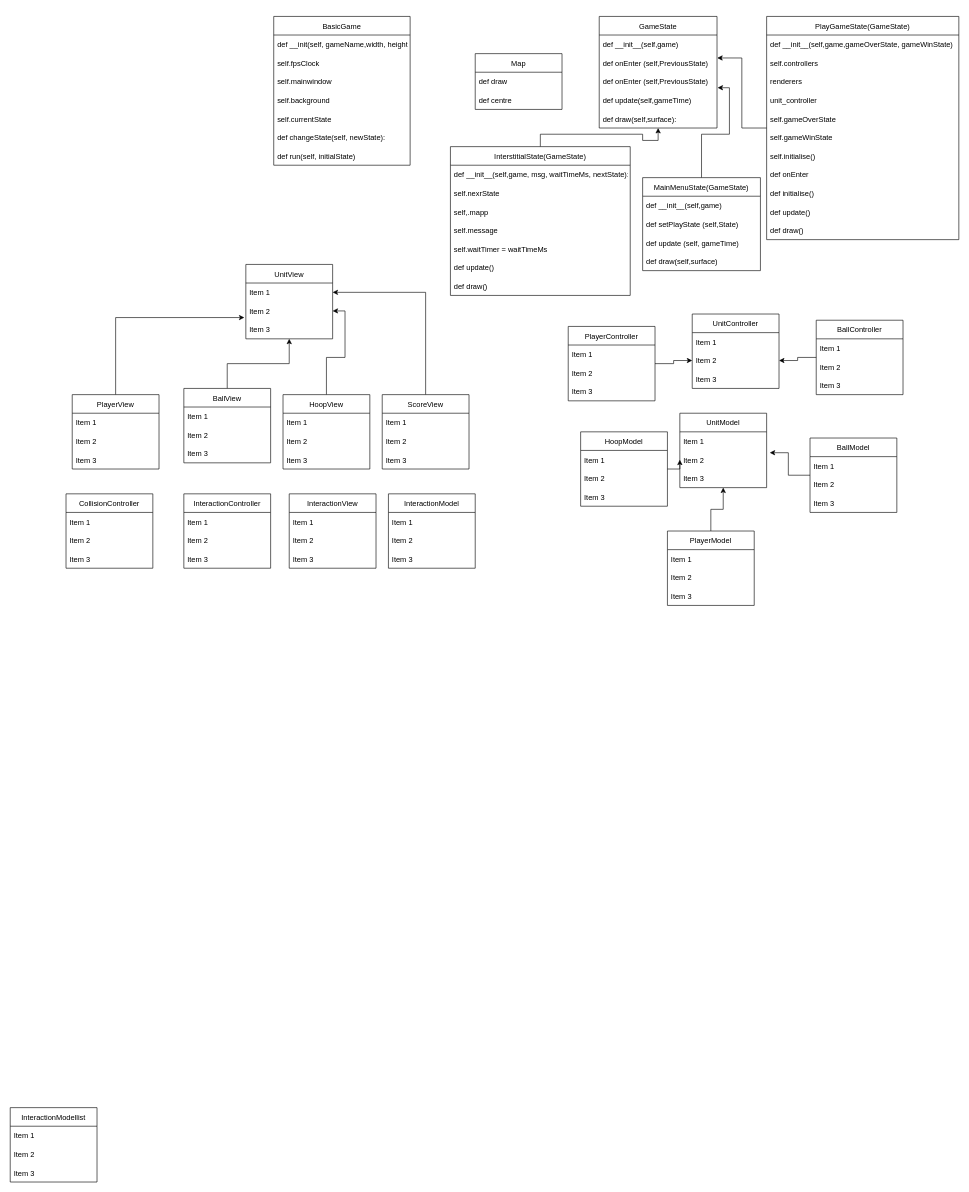
Before: QuidditchDiagram.drawio in MilkisWay/quidditchgame, a draw.io diagram. Source tidied: cells renumbered, new cells numbered last; positions are measured from the earlier drawing's top-left corner, leaving out a move shared by most shapes. Both pictures are drawn from the tidied source at 62%, with x=0, y=0 at pixel (10, 16).
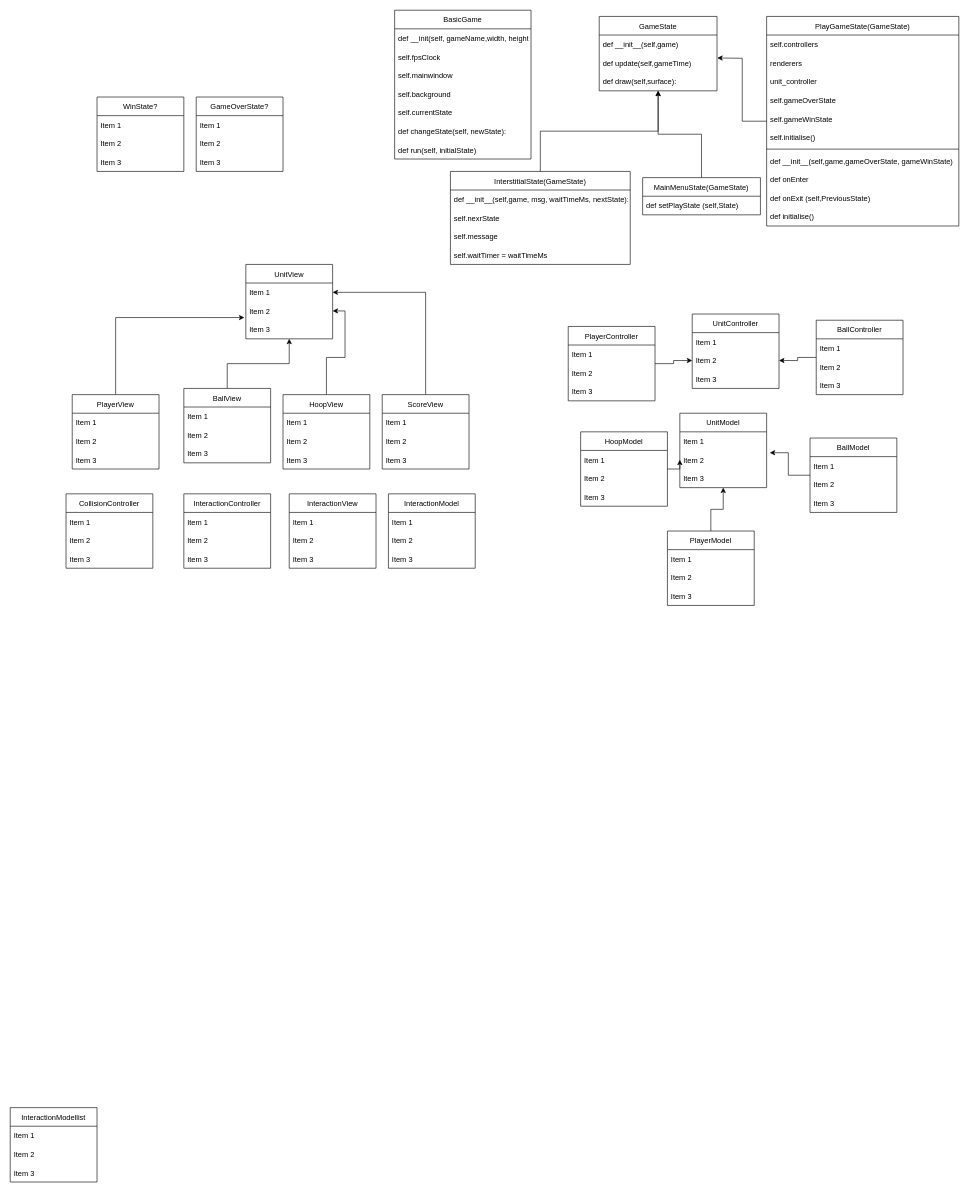
Above is the later version.

Commit message (it also covers changes not shown here):
Part 2. Diagram and small changes in previous parts

Change to the diagram source:
```diff
@@
     <mxCell id="2" value="GameState" style="swimlane;fontStyle=0;horizontal=1;startSize=30;" parent="1" vertex="1">
-      <mxGeometry x="950" width="190" height="180" as="geometry" />
+      <mxGeometry x="950" width="190" height="120" as="geometry" />
     </mxCell>
@@
-    <mxCell id="4" value="def onEnter (self,PreviousState)" style="text;strokeColor=none;fillColor=none;align=left;verticalAlign=middle;spacingLeft=4;spacingRight=4;overflow=hidden;points=[[0,0.5],[1,0.5]];portConstraint=eastwest;" parent="2" vertex="1">
-      <mxGeometry y="60" width="190" height="30" as="geometry" />
-    </mxCell>
-    <mxCell id="5" value="def onEnter (self,PreviousState)" style="text;strokeColor=none;fillColor=none;align=left;verticalAlign=middle;spacingLeft=4;spacingRight=4;overflow=hidden;points=[[0,0.5],[1,0.5]];portConstraint=eastwest;" parent="2" vertex="1">
-      <mxGeometry y="90" width="190" height="30" as="geometry" />
-    </mxCell>
     <mxCell id="6" value="def update(self,gameTime)" style="text;strokeColor=none;fillColor=none;align=left;verticalAlign=middle;spacingLeft=4;spacingRight=4;overflow=hidden;" parent="2" vertex="1">
-      <mxGeometry y="120" width="190" height="30" as="geometry" />
+      <mxGeometry y="60" width="190" height="30" as="geometry" />
     </mxCell>
     <mxCell id="7" value="def draw(self,surface):" style="text;strokeColor=none;fillColor=none;align=left;verticalAlign=middle;spacingLeft=4;spacingRight=4;overflow=hidden;" parent="2" vertex="1">
-      <mxGeometry y="150" width="190" height="30" as="geometry" />
+      <mxGeometry y="90" width="190" height="30" as="geometry" />
     </mxCell>
     <mxCell id="8" value="BasicGame" style="swimlane;fontStyle=0;horizontal=1;startSize=30;" parent="1" vertex="1">
-      <mxGeometry x="425" width="220" height="240" as="geometry" />
+      <mxGeometry x="620" y="-10" width="220" height="240" as="geometry" />
     </mxCell>
@@
-    <mxCell id="16" value="Map" style="swimlane;fontStyle=0;horizontal=1;startSize=30;" parent="1" vertex="1">
-      <mxGeometry x="750" y="60" width="140" height="90" as="geometry" />
-    </mxCell>
-    <mxCell id="17" value="def draw" style="text;strokeColor=none;fillColor=none;align=left;verticalAlign=middle;spacingLeft=4;spacingRight=4;overflow=hidden;" parent="16" vertex="1">
-      <mxGeometry y="30" width="140" height="30" as="geometry" />
-    </mxCell>
-    <mxCell id="18" value="def centre" style="text;strokeColor=none;fillColor=none;align=left;verticalAlign=middle;spacingLeft=4;spacingRight=4;overflow=hidden;" parent="16" vertex="1">
-      <mxGeometry y="60" width="140" height="30" as="geometry" />
-    </mxCell>
@@
     <mxCell id="20" value="InterstitialState(GameState)" style="swimlane;fontStyle=0;horizontal=1;startSize=30;" parent="1" vertex="1">
-      <mxGeometry x="710" y="210" width="290" height="240" as="geometry" />
+      <mxGeometry x="710" y="250" width="290" height="150" as="geometry" />
     </mxCell>
@@
-    <mxCell id="23" value="self,.mapp" style="text;strokeColor=none;fillColor=none;align=left;verticalAlign=middle;spacingLeft=4;spacingRight=4;overflow=hidden;" parent="20" vertex="1">
-      <mxGeometry y="90" width="290" height="30" as="geometry" />
-    </mxCell>
     <mxCell id="24" value="self.message" style="text;strokeColor=none;fillColor=none;align=left;verticalAlign=middle;spacingLeft=4;spacingRight=4;overflow=hidden;" parent="20" vertex="1">
-      <mxGeometry y="120" width="290" height="30" as="geometry" />
+      <mxGeometry y="90" width="290" height="30" as="geometry" />
     </mxCell>
     <mxCell id="25" value="self.waitTimer = waitTimeMs" style="text;strokeColor=none;fillColor=none;align=left;verticalAlign=middle;spacingLeft=4;spacingRight=4;overflow=hidden;" parent="20" vertex="1">
-      <mxGeometry y="150" width="290" height="30" as="geometry" />
+      <mxGeometry y="120" width="290" height="30" as="geometry" />
     </mxCell>
-    <mxCell id="26" value="def update()" style="text;strokeColor=none;fillColor=none;align=left;verticalAlign=middle;spacingLeft=4;spacingRight=4;overflow=hidden;" parent="20" vertex="1">
-      <mxGeometry y="180" width="290" height="30" as="geometry" />
-    </mxCell>
-    <mxCell id="27" value="def draw()" style="text;strokeColor=none;fillColor=none;align=left;verticalAlign=middle;spacingLeft=4;spacingRight=4;overflow=hidden;" parent="20" vertex="1">
-      <mxGeometry y="210" width="290" height="30" as="geometry" />
-    </mxCell>
-    <mxCell id="28" style="edgeStyle=orthogonalEdgeStyle;rounded=0;jettySize=auto;html=1;entryX=1.005;entryY=0.833;entryDx=0;entryDy=0;entryPerimeter=0;" parent="1" edge="1" source="29" target="5">
-      <mxGeometry relative="1" as="geometry" />
-    </mxCell>
+    <mxCell id="124" style="edgeStyle=orthogonalEdgeStyle;rounded=0;jettySize=auto;html=1;" parent="1" edge="1" source="29" target="2">
+      <mxGeometry relative="1" as="geometry" />
+    </mxCell>
     <mxCell id="29" value="MainMenuState(GameState)" style="swimlane;fontStyle=0;horizontal=1;startSize=30;" parent="1" vertex="1">
-      <mxGeometry x="1020" y="260" width="190" height="150" as="geometry" />
+      <mxGeometry x="1020" y="260" width="190" height="60" as="geometry" />
     </mxCell>
-    <mxCell id="30" value="def __init__(self,game)" style="text;strokeColor=none;fillColor=none;align=left;verticalAlign=middle;spacingLeft=4;spacingRight=4;overflow=hidden;" parent="29" vertex="1">
-      <mxGeometry y="30" width="190" height="30" as="geometry" />
-    </mxCell>
     <mxCell id="31" value="def setPlayState (self,State)" style="text;strokeColor=none;fillColor=none;align=left;verticalAlign=middle;spacingLeft=4;spacingRight=4;overflow=hidden;" parent="29" vertex="1">
-      <mxGeometry y="60" width="190" height="30" as="geometry" />
+      <mxGeometry y="30" width="190" height="30" as="geometry" />
     </mxCell>
-    <mxCell id="32" value="def update (self, gameTime)" style="text;strokeColor=none;fillColor=none;align=left;verticalAlign=middle;spacingLeft=4;spacingRight=4;overflow=hidden;" parent="29" vertex="1">
-      <mxGeometry y="90" width="190" height="30" as="geometry" />
-    </mxCell>
-    <mxCell id="33" value="def draw(self,surface)" style="text;strokeColor=none;fillColor=none;align=left;verticalAlign=middle;spacingLeft=4;spacingRight=4;overflow=hidden;" parent="29" vertex="1">
-      <mxGeometry y="120" width="190" height="30" as="geometry" />
-    </mxCell>
@@
-    <mxCell id="111" style="edgeStyle=orthogonalEdgeStyle;rounded=0;jettySize=auto;html=1;entryX=1.002;entryY=0.233;entryDx=0;entryDy=0;entryPerimeter=0;" parent="1" edge="1" source="112" target="4">
-      <mxGeometry relative="1" as="geometry" />
+    <mxCell id="111" style="edgeStyle=orthogonalEdgeStyle;rounded=0;jettySize=auto;html=1;entryX=1.002;entryY=0.233;entryDx=0;entryDy=0;entryPerimeter=0;" parent="1" edge="1" source="112">
+      <mxGeometry relative="1" as="geometry">
+        <mxPoint x="1140.4" y="67" as="targetPoint" />
+      </mxGeometry>
     </mxCell>
     <mxCell id="112" value="PlayGameState(GameState)" style="swimlane;fontStyle=0;horizontal=1;startSize=30;" parent="1" vertex="1">
-      <mxGeometry x="1220" width="310" height="360" as="geometry" />
+      <mxGeometry x="1220" width="310" height="338" as="geometry" />
     </mxCell>
-    <mxCell id="113" value="def __init__(self,game,gameOverState, gameWinState)" style="text;strokeColor=none;fillColor=none;align=left;verticalAlign=middle;spacingLeft=4;spacingRight=4;overflow=hidden;" parent="112" vertex="1">
-      <mxGeometry y="30" width="310" height="30" as="geometry" />
-    </mxCell>
     <mxCell id="114" value="self.controllers" style="text;strokeColor=none;fillColor=none;align=left;verticalAlign=middle;spacingLeft=4;spacingRight=4;overflow=hidden;" parent="112" vertex="1">
-      <mxGeometry y="60" width="310" height="30" as="geometry" />
+      <mxGeometry y="30" width="310" height="30" as="geometry" />
     </mxCell>
     <mxCell id="115" value="renderers" style="text;strokeColor=none;fillColor=none;align=left;verticalAlign=middle;spacingLeft=4;spacingRight=4;overflow=hidden;" parent="112" vertex="1">
-      <mxGeometry y="90" width="310" height="30" as="geometry" />
+      <mxGeometry y="60" width="310" height="30" as="geometry" />
     </mxCell>
     <mxCell id="116" value="unit_controller" style="text;strokeColor=none;fillColor=none;align=left;verticalAlign=middle;spacingLeft=4;spacingRight=4;overflow=hidden;" parent="112" vertex="1">
-      <mxGeometry y="120" width="310" height="30" as="geometry" />
+      <mxGeometry y="90" width="310" height="30" as="geometry" />
     </mxCell>
     <mxCell id="117" value="self.gameOverState" style="text;strokeColor=none;fillColor=none;align=left;verticalAlign=middle;spacingLeft=4;spacingRight=4;overflow=hidden;" parent="112" vertex="1">
-      <mxGeometry y="150" width="310" height="30" as="geometry" />
+      <mxGeometry y="120" width="310" height="30" as="geometry" />
     </mxCell>
     <mxCell id="118" value="self.gameWinState" style="text;strokeColor=none;fillColor=none;align=left;verticalAlign=middle;spacingLeft=4;spacingRight=4;overflow=hidden;" parent="112" vertex="1">
-      <mxGeometry y="180" width="310" height="30" as="geometry" />
+      <mxGeometry y="150" width="310" height="30" as="geometry" />
     </mxCell>
     <mxCell id="119" value="self.initialise()" style="text;strokeColor=none;fillColor=none;align=left;verticalAlign=middle;spacingLeft=4;spacingRight=4;overflow=hidden;" parent="112" vertex="1">
-      <mxGeometry y="210" width="310" height="30" as="geometry" />
+      <mxGeometry y="180" width="310" height="30" as="geometry" />
     </mxCell>
+    <mxCell id="125" style="line;strokeWidth=1;fillColor=none;align=left;verticalAlign=middle;spacingTop=-1;spacingLeft=3;spacingRight=3;labelPosition=right;" parent="112" vertex="1">
+      <mxGeometry y="210" width="310" height="8" as="geometry" />
+    </mxCell>
+    <mxCell id="113" value="def __init__(self,game,gameOverState, gameWinState)" style="text;strokeColor=none;fillColor=none;align=left;verticalAlign=middle;spacingLeft=4;spacingRight=4;overflow=hidden;" parent="112" vertex="1">
+      <mxGeometry y="218" width="310" height="30" as="geometry" />
+    </mxCell>
     <mxCell id="120" value="def onEnter" style="text;strokeColor=none;fillColor=none;align=left;verticalAlign=middle;spacingLeft=4;spacingRight=4;overflow=hidden;" parent="112" vertex="1">
-      <mxGeometry y="240" width="310" height="30" as="geometry" />
+      <mxGeometry y="248" width="310" height="30" as="geometry" />
     </mxCell>
+    <mxCell id="5" value="def onExit (self,PreviousState)" style="text;strokeColor=none;fillColor=none;align=left;verticalAlign=middle;spacingLeft=4;spacingRight=4;overflow=hidden;points=[[0,0.5],[1,0.5]];portConstraint=eastwest;" parent="112" vertex="1">
+      <mxGeometry y="278" width="310" height="30" as="geometry" />
+    </mxCell>
     <mxCell id="121" value="def initialise()" style="text;strokeColor=none;fillColor=none;align=left;verticalAlign=middle;spacingLeft=4;spacingRight=4;overflow=hidden;" parent="112" vertex="1">
-      <mxGeometry y="270" width="310" height="30" as="geometry" />
+      <mxGeometry y="308" width="310" height="30" as="geometry" />
     </mxCell>
-    <mxCell id="122" value="def update()" style="text;strokeColor=none;fillColor=none;align=left;verticalAlign=middle;spacingLeft=4;spacingRight=4;overflow=hidden;" parent="112" vertex="1">
-      <mxGeometry y="300" width="310" height="30" as="geometry" />
-    </mxCell>
-    <mxCell id="123" value="def draw()" style="text;strokeColor=none;fillColor=none;align=left;verticalAlign=middle;spacingLeft=4;spacingRight=4;overflow=hidden;" parent="112" vertex="1">
-      <mxGeometry y="330" width="310" height="30" as="geometry" />
-    </mxCell>
+    <mxCell id="126" value="GameOverState?" style="swimlane;fontStyle=0;horizontal=1;startSize=30;" parent="1" vertex="1">
+      <mxGeometry x="300" y="130" width="140" height="120" as="geometry" />
+    </mxCell>
+    <mxCell id="127" value="Item 1" style="text;strokeColor=none;fillColor=none;align=left;verticalAlign=middle;spacingLeft=4;spacingRight=4;overflow=hidden;" parent="126" vertex="1">
+      <mxGeometry y="30" width="140" height="30" as="geometry" />
+    </mxCell>
+    <mxCell id="128" value="Item 2" style="text;strokeColor=none;fillColor=none;align=left;verticalAlign=middle;spacingLeft=4;spacingRight=4;overflow=hidden;" parent="126" vertex="1">
+      <mxGeometry y="60" width="140" height="30" as="geometry" />
+    </mxCell>
+    <mxCell id="129" value="Item 3" style="text;strokeColor=none;fillColor=none;align=left;verticalAlign=middle;spacingLeft=4;spacingRight=4;overflow=hidden;" parent="126" vertex="1">
+      <mxGeometry y="90" width="140" height="30" as="geometry" />
+    </mxCell>
+    <mxCell id="130" value="WinState?" style="swimlane;fontStyle=0;horizontal=1;startSize=30;" parent="1" vertex="1">
+      <mxGeometry x="140" y="130" width="140" height="120" as="geometry" />
+    </mxCell>
+    <mxCell id="131" value="Item 1" style="text;strokeColor=none;fillColor=none;align=left;verticalAlign=middle;spacingLeft=4;spacingRight=4;overflow=hidden;" parent="130" vertex="1">
+      <mxGeometry y="30" width="140" height="30" as="geometry" />
+    </mxCell>
+    <mxCell id="132" value="Item 2" style="text;strokeColor=none;fillColor=none;align=left;verticalAlign=middle;spacingLeft=4;spacingRight=4;overflow=hidden;" parent="130" vertex="1">
+      <mxGeometry y="60" width="140" height="30" as="geometry" />
+    </mxCell>
+    <mxCell id="133" value="Item 3" style="text;strokeColor=none;fillColor=none;align=left;verticalAlign=middle;spacingLeft=4;spacingRight=4;overflow=hidden;" parent="130" vertex="1">
+      <mxGeometry y="90" width="140" height="30" as="geometry" />
+    </mxCell>
```
